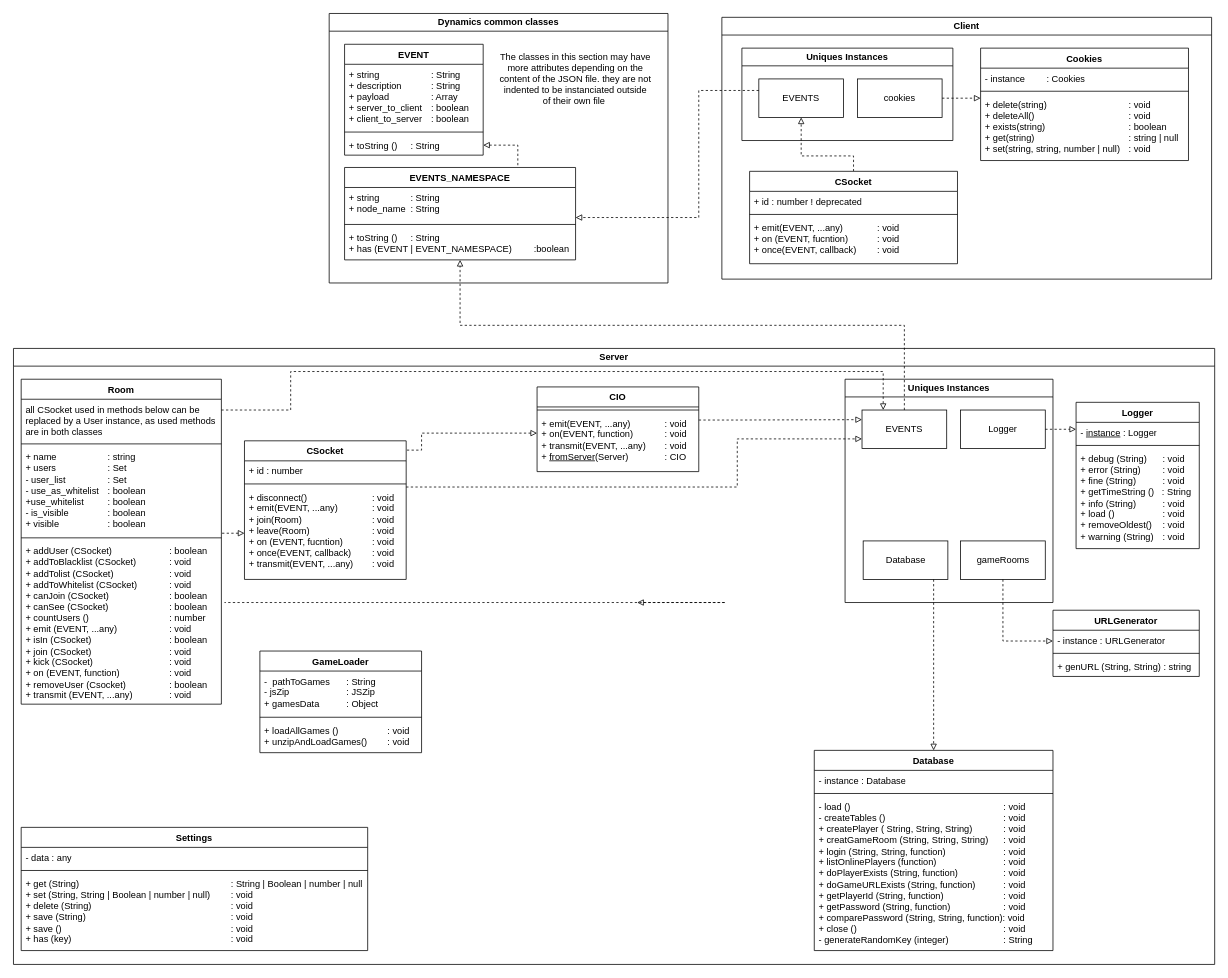
The draw.io diagram useful_docs/classes.drawio in T0ine34/ortelo, before the edit. Source tidied: cells renumbered, new cells numbered last; positions are measured from the earlier drawing's top-left corner, leaving out a move shared by most shapes. Both pictures are drawn from the tidied source at 77%, with x=0, y=0 at pixel (13, 13).
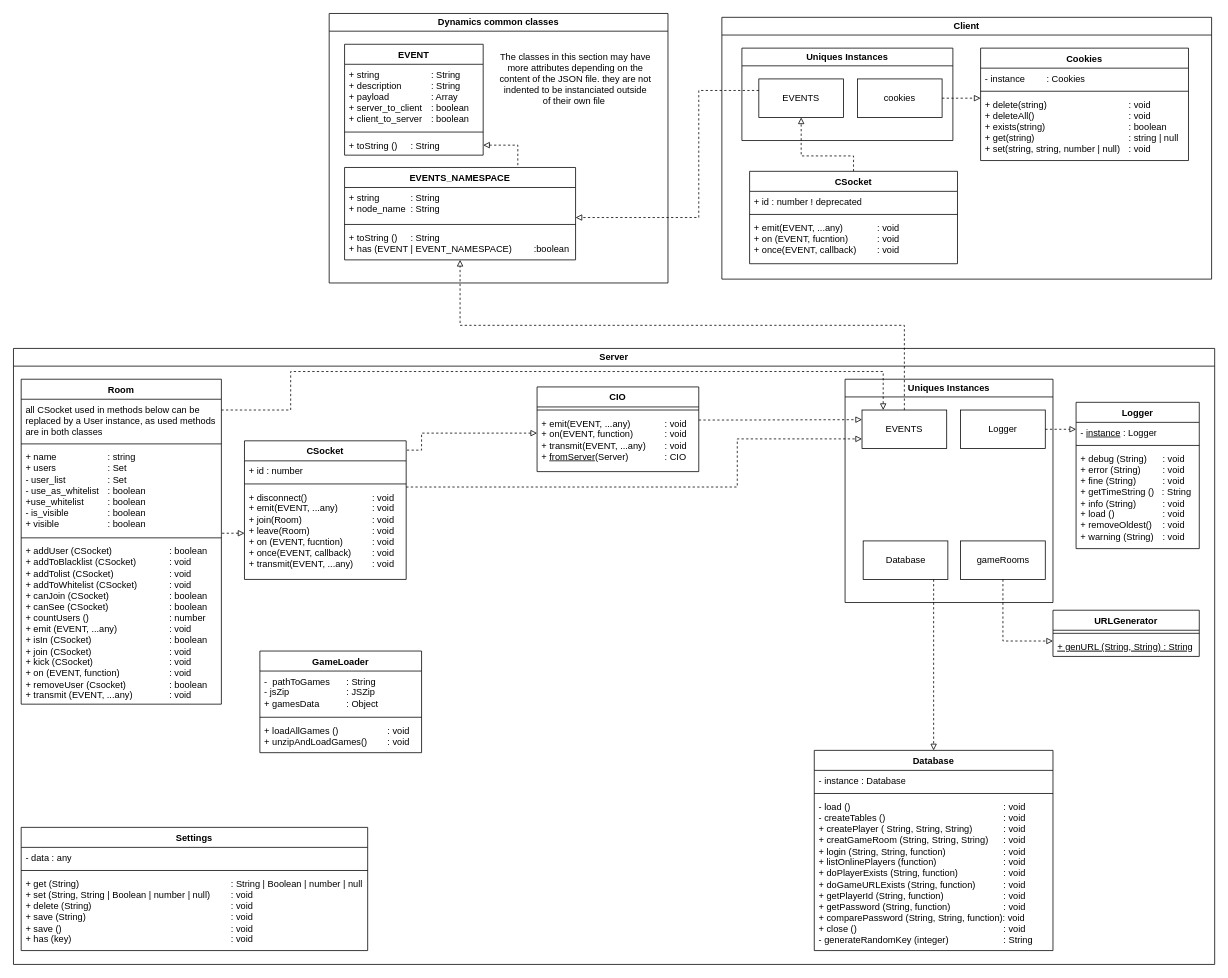
Above is the later version.

Commit message (it also covers changes not shown here):
updating UML diagrams and documentation of url_generator module

The change refers to these unchanged cells:
```xml
<mxCell id="16" value="Server" style="swimlane;whiteSpace=wrap;html=1;" parent="1" vertex="1">
  <mxGeometry y="435" width="1560" height="800" as="geometry" />
</mxCell>
```

What changed in the source:
```diff
@@
-    <mxCell id="45" style="edgeStyle=orthogonalEdgeStyle;rounded=0;orthogonalLoop=1;jettySize=auto;html=1;dashed=1;endArrow=none;endFill=0;startArrow=block;startFill=0;" parent="16" edge="1">
-      <mxGeometry relative="1" as="geometry">
-        <mxPoint x="810" y="330" as="sourcePoint" />
-        <mxPoint x="274" y="330" as="targetPoint" />
-        <Array as="points">
-          <mxPoint x="925" y="330" />
-        </Array>
-      </mxGeometry>
-    </mxCell>
@@
     <mxCell id="59" value="URLGenerator" style="swimlane;fontStyle=1;align=center;verticalAlign=top;horizontal=1;startSize=26;" parent="16" vertex="1">
-      <mxGeometry x="1350" y="340" width="190" height="86" as="geometry" />
+      <mxGeometry x="1350" y="340" width="190" height="60" as="geometry" />
     </mxCell>
-    <mxCell id="60" value="- instance : URLGenerator" style="text;strokeColor=none;fillColor=none;align=left;verticalAlign=top;spacingLeft=4;spacingRight=4;overflow=hidden;" parent="59" vertex="1">
-      <mxGeometry y="26" width="190" height="26" as="geometry" />
-    </mxCell>
     <mxCell id="61" style="line;strokeWidth=1;fillColor=none;align=left;verticalAlign=middle;spacingTop=-1;spacingLeft=3;spacingRight=3;labelPosition=right;strokeColor=inherit;" parent="59" vertex="1">
-      <mxGeometry y="52" width="190" height="8" as="geometry" />
+      <mxGeometry y="26" width="190" height="8" as="geometry" />
     </mxCell>
-    <mxCell id="62" value="+ genURL (String, String) : string" style="text;strokeColor=none;fillColor=none;align=left;verticalAlign=top;spacingLeft=4;spacingRight=4;overflow=hidden;" parent="59" vertex="1">
-      <mxGeometry y="60" width="190" height="26" as="geometry" />
+    <mxCell id="62" value="+ genURL (String, String) : String" style="text;strokeColor=none;fillColor=none;align=left;verticalAlign=top;spacingLeft=4;spacingRight=4;overflow=hidden;fontStyle=4;" parent="59" vertex="1">
+      <mxGeometry y="34" width="190" height="26" as="geometry" />
     </mxCell>
```
